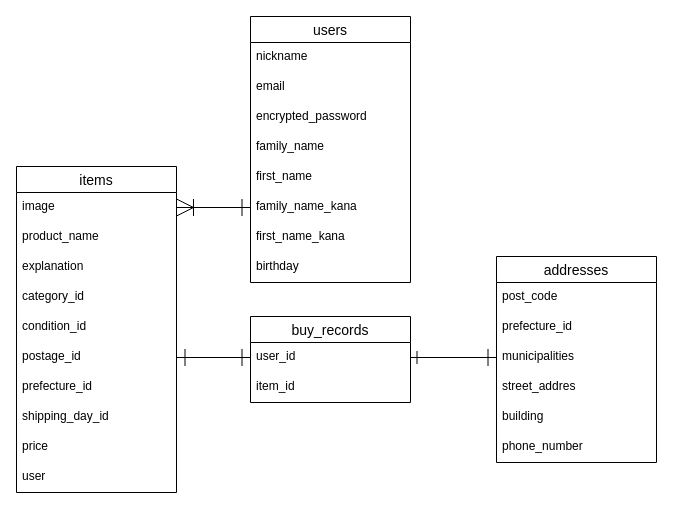
This is furima-39307.dio from matsumotoyousuke/furima-39307, a draw.io file, before an edit. Source tidied: cells renumbered, new cells numbered last; positions are measured from the earlier drawing's top-left corner, leaving out a move shared by most shapes. Both pictures are drawn from the tidied source at 100%, with x=0, y=0 at pixel (16, 16).
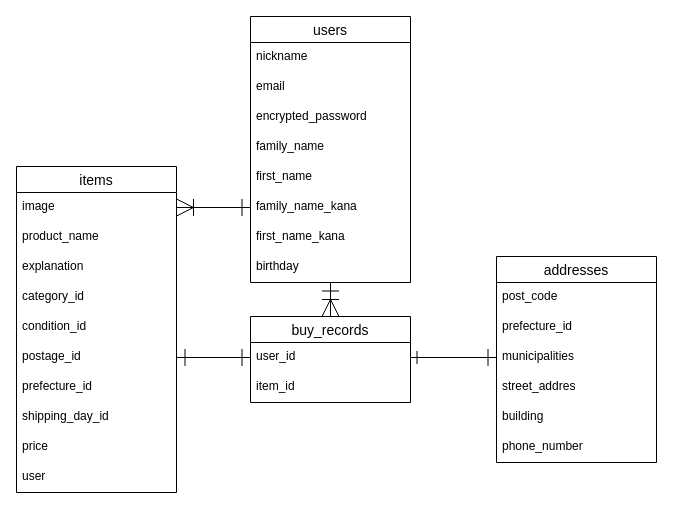
The same page after the edit.

The change refers to these unchanged cells:
```xml
<mxCell id="2" value="users" style="swimlane;fontStyle=0;horizontal=1;startSize=26;align=center;fontSize=14;" parent="1" vertex="1">
  <mxGeometry x="234" width="160" height="266" as="geometry" />
</mxCell>
<mxCell id="22" value="buy_records" style="swimlane;fontStyle=0;horizontal=1;startSize=26;align=center;fontSize=14;labelBorderColor=none;" parent="1" vertex="1">
  <mxGeometry x="234" y="300" width="160" height="86" as="geometry" />
</mxCell>
```

What changed in the source:
```diff
@@
+    <mxCell id="35" style="edgeStyle=none;html=1;exitX=0.5;exitY=0;exitDx=0;exitDy=0;entryX=0.5;entryY=1;entryDx=0;entryDy=0;endSize=15;startSize=15;startArrow=ERoneToMany;startFill=0;endArrow=ERone;endFill=0;" parent="1" edge="1" source="22" target="2">
+      <mxGeometry relative="1" as="geometry" />
+    </mxCell>
```
